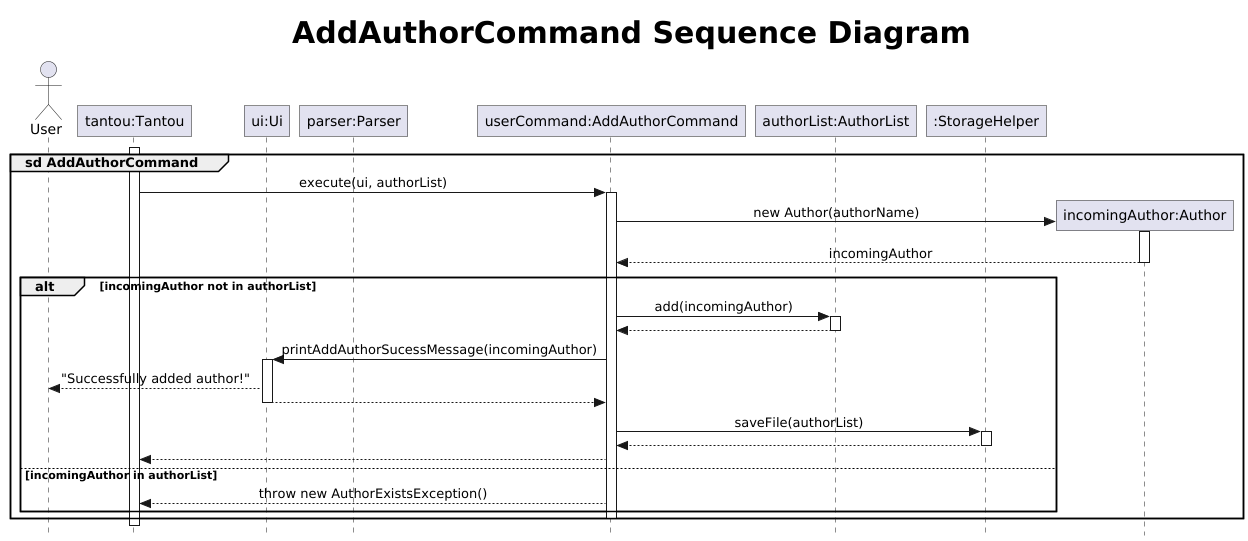
Earlier version of the PlantUML export docs/uml/images/AddAuthorSequence.png (xenthm/tp).
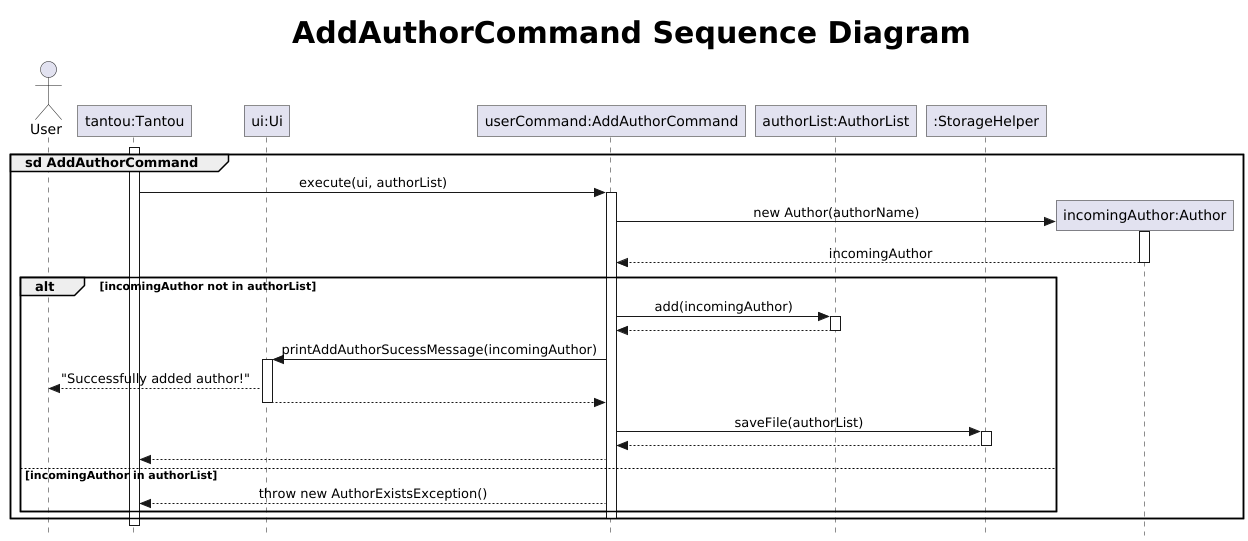
The same file after the commit.

Diff of the diagram source:
```diff
@@ -7,7 +7,6 @@
 actor User
 participant "tantou:Tantou" as tantou
 participant "ui:Ui" as ui
-participant "parser:Parser" as parser
 participant "userCommand:AddAuthorCommand" as userCommand
 participant "authorList:AuthorList" as authorList
 participant ":StorageHelper" as storage
```
